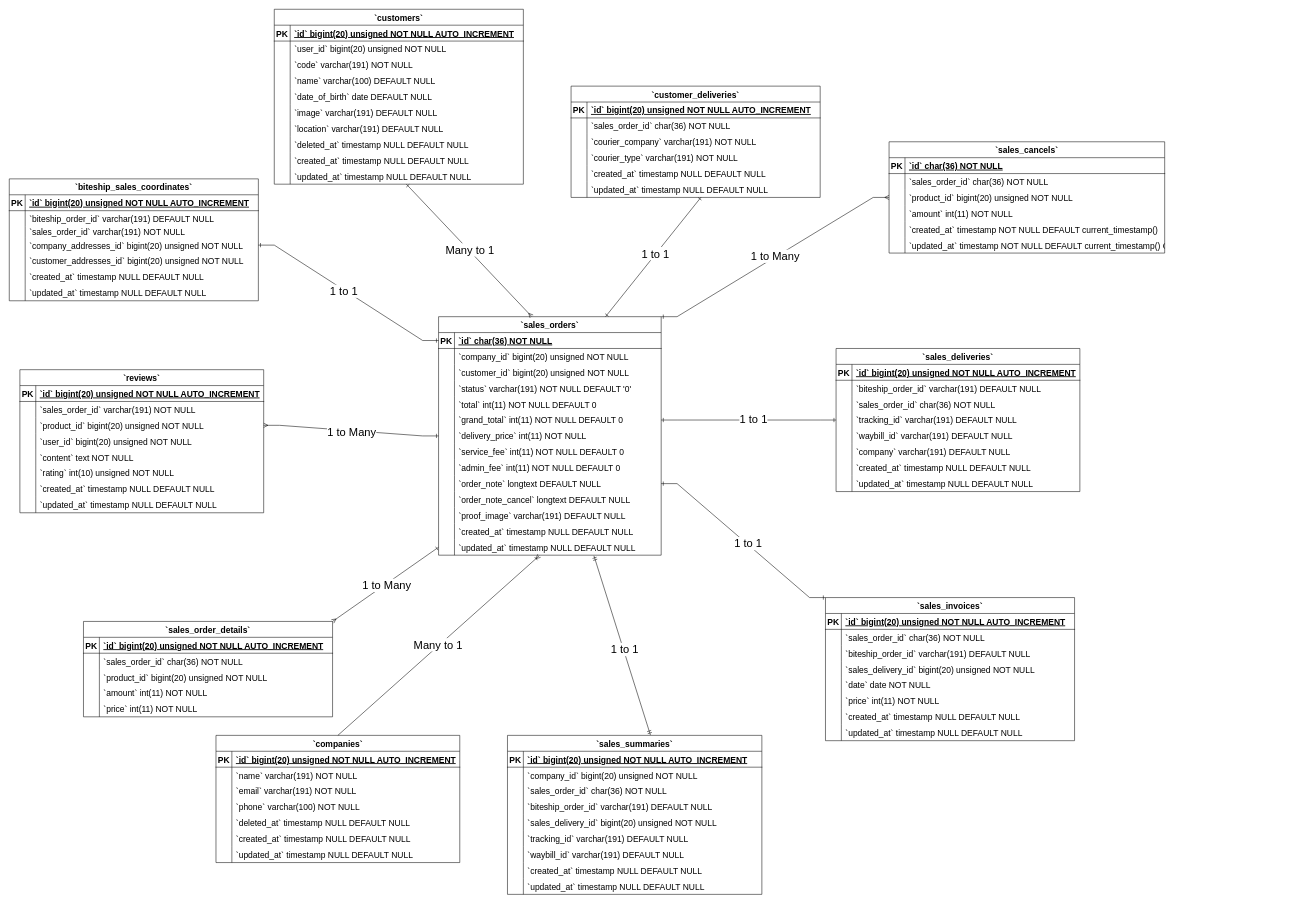
Simasco/diagram keeps this draw.io diagram as Sales Orders ERD Diagram.drawio. Above is the earlier version. Source tidied: cells renumbered, new cells numbered last; positions are measured from the earlier drawing's top-left corner, leaving out a move shared by most shapes. Both pictures are drawn from the tidied source at 53%, with x=0, y=0 at pixel (9, 9).
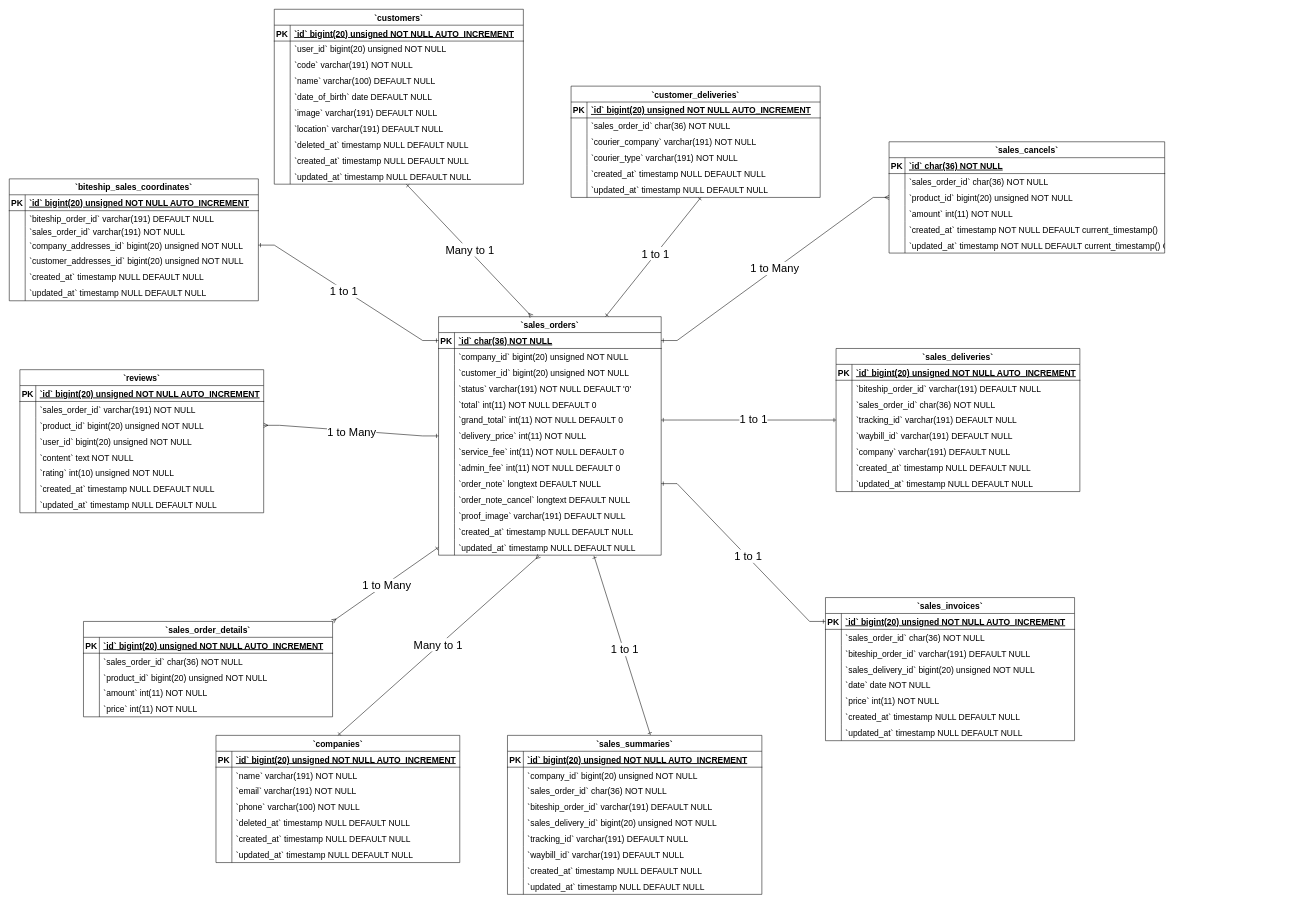
Above is the later version.

Unchanged cells that the change refers to:
```xml
<mxCell id="2" value="`companies`" style="shape=table;startSize=30;childLayout=tableLayout;rowLines=0;fontStyle=1;align=center;fontSize=16;" parent="1" vertex="1">
  <mxGeometry x="390" y="1370" width="460" height="240" as="geometry" />
</mxCell>
<mxCell id="24" value="`sales_orders`" style="shape=table;startSize=30;childLayout=tableLayout;rowLines=0;fontStyle=1;align=center;fontSize=16;" parent="1" vertex="1">
  <mxGeometry x="810" y="580" width="420" height="450" as="geometry" />
</mxCell>
<mxCell id="25" style="shape=tableRow;horizontal=0;startSize=0;swimlaneHead=0;swimlaneBody=0;fillColor=none;points=[[0,0.5],[1,0.5]];portConstraint=eastwest;strokeColor=inherit;top=0;left=0;right=0;bottom=1;fontSize=16;" parent="24" vertex="1">
  <mxGeometry y="30" width="420" height="30" as="geometry" />
</mxCell>
<mxCell id="52" style="shape=tableRow;horizontal=0;startSize=0;swimlaneHead=0;swimlaneBody=0;fillColor=none;points=[[0,0.5],[1,0.5]];portConstraint=eastwest;strokeColor=inherit;top=0;left=0;right=0;bottom=0;fontSize=16;" parent="24" vertex="1">
  <mxGeometry y="300" width="420" height="30" as="geometry" />
</mxCell>
<mxCell id="64" style="shape=tableRow;horizontal=0;startSize=0;swimlaneHead=0;swimlaneBody=0;fillColor=none;points=[[0,0.5],[1,0.5]];portConstraint=eastwest;strokeColor=inherit;top=0;left=0;right=0;bottom=0;fontSize=16;" parent="24" vertex="1">
  <mxGeometry y="420" width="420" height="30" as="geometry" />
</mxCell>
<mxCell id="171" style="shape=tableRow;horizontal=0;startSize=0;swimlaneHead=0;swimlaneBody=0;fillColor=none;points=[[0,0.5],[1,0.5]];portConstraint=eastwest;strokeColor=inherit;top=0;left=0;right=0;bottom=0;fontSize=16;" parent="164" vertex="1">
  <mxGeometry y="90" width="520" height="30" as="geometry" />
</mxCell>
<mxCell id="208" value="`sales_invoices`" style="shape=table;startSize=30;childLayout=tableLayout;rowLines=0;fontStyle=1;align=center;fontSize=16;" parent="1" vertex="1">
  <mxGeometry x="1540" y="1110" width="470" height="270" as="geometry" />
</mxCell>
<mxCell id="209" style="shape=tableRow;horizontal=0;startSize=0;swimlaneHead=0;swimlaneBody=0;fillColor=none;points=[[0,0.5],[1,0.5]];portConstraint=eastwest;strokeColor=inherit;top=0;left=0;right=0;bottom=1;fontSize=16;" parent="208" vertex="1">
  <mxGeometry y="30" width="470" height="30" as="geometry" />
</mxCell>
<mxCell id="249" value="`sales_summaries`" style="shape=table;startSize=30;childLayout=tableLayout;rowLines=0;fontStyle=1;align=center;fontSize=16;" parent="1" vertex="1">
  <mxGeometry x="940" y="1370" width="480" height="300" as="geometry" />
</mxCell>
```

What changed in the source:
```diff
@@
-    <mxCell id="277" style="edgeStyle=entityRelationEdgeStyle;fontSize=12;html=1;endArrow=ERmany;rounded=0;exitX=1;exitY=0;exitDx=0;exitDy=0;endFill=0;startArrow=ERone;startFill=0;" parent="1" edge="1" source="24" target="171">
+    <mxCell id="277" style="edgeStyle=entityRelationEdgeStyle;fontSize=12;html=1;endArrow=ERmany;rounded=0;exitX=1;exitY=0.5;exitDx=0;exitDy=0;endFill=0;startArrow=ERone;startFill=0;" parent="1" edge="1" source="25" target="171">
       <mxGeometry relative="1" as="geometry">
         <Array as="points">
           <mxPoint x="1200" y="560" />
           <mxPoint x="990" y="840" />
         </Array>
       </mxGeometry>
     </mxCell>
@@
-    <mxCell id="281" style="edgeStyle=entityRelationEdgeStyle;fontSize=12;html=1;endArrow=ERone;startArrow=ERone;rounded=0;exitX=1;exitY=0.5;exitDx=0;exitDy=0;entryX=0;entryY=0;entryDx=0;entryDy=0;startFill=0;endFill=0;" parent="1" edge="1" source="52" target="208">
+    <mxCell id="281" style="edgeStyle=entityRelationEdgeStyle;fontSize=12;html=1;endArrow=ERone;startArrow=ERone;rounded=0;exitX=1;exitY=0.5;exitDx=0;exitDy=0;entryX=0;entryY=0.5;entryDx=0;entryDy=0;startFill=0;endFill=0;" parent="1" edge="1" source="52" target="209">
       <mxGeometry relative="1" as="geometry">
         <Array as="points">
           <mxPoint x="1230" y="1040" />
         </Array>
       </mxGeometry>
     </mxCell>
@@
-    <mxCell id="283" style="fontSize=12;html=1;endArrow=ERoneToMany;rounded=0;exitX=0.5;exitY=0;exitDx=0;exitDy=0;entryX=0.452;entryY=1.039;entryDx=0;entryDy=0;entryPerimeter=0;" parent="1" edge="1" source="2" target="64">
+    <mxCell id="283" style="fontSize=12;html=1;endArrow=ERmany;rounded=0;exitX=0.5;exitY=0;exitDx=0;exitDy=0;entryX=0.452;entryY=1.039;entryDx=0;entryDy=0;entryPerimeter=0;endFill=0;startArrow=ERone;startFill=0;" parent="1" edge="1" source="2" target="64">
       <mxGeometry relative="1" as="geometry" />
     </mxCell>
@@
-    <mxCell id="295" style="fontSize=12;html=1;endArrow=ERmandOne;startArrow=ERmandOne;rounded=0;exitX=0.698;exitY=1.039;exitDx=0;exitDy=0;entryX=0.562;entryY=-0.002;entryDx=0;entryDy=0;exitPerimeter=0;entryPerimeter=0;" parent="1" edge="1" source="64" target="249">
+    <mxCell id="295" style="fontSize=12;html=1;endArrow=ERone;startArrow=ERone;rounded=0;exitX=0.698;exitY=1.039;exitDx=0;exitDy=0;entryX=0.562;entryY=-0.002;entryDx=0;entryDy=0;exitPerimeter=0;entryPerimeter=0;startFill=0;endFill=0;" parent="1" edge="1" source="64" target="249">
       <mxGeometry relative="1" as="geometry" />
     </mxCell>
```
